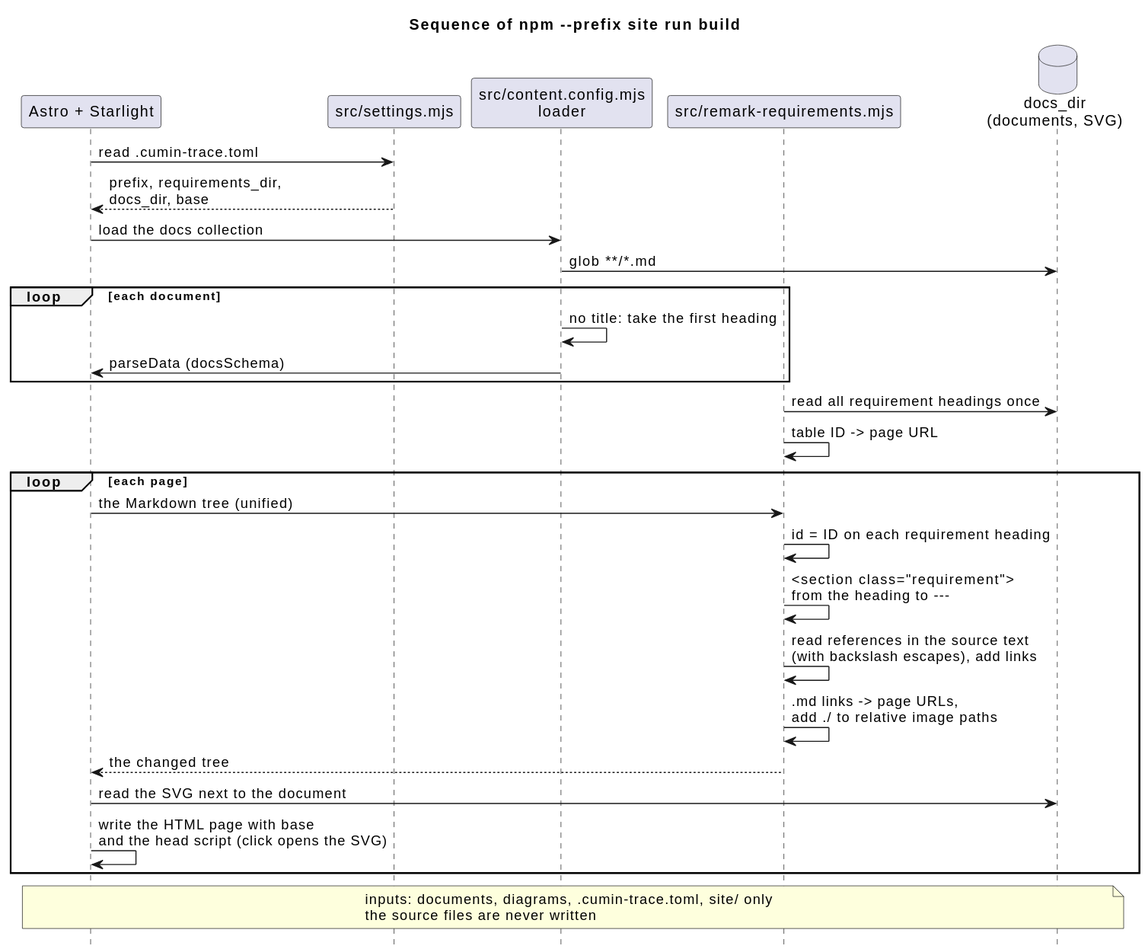
This is docs/ja/designs/site/site-sequence.svg from cloveclovedev/cumin-trace, a PlantUML export, as it was before one commit.
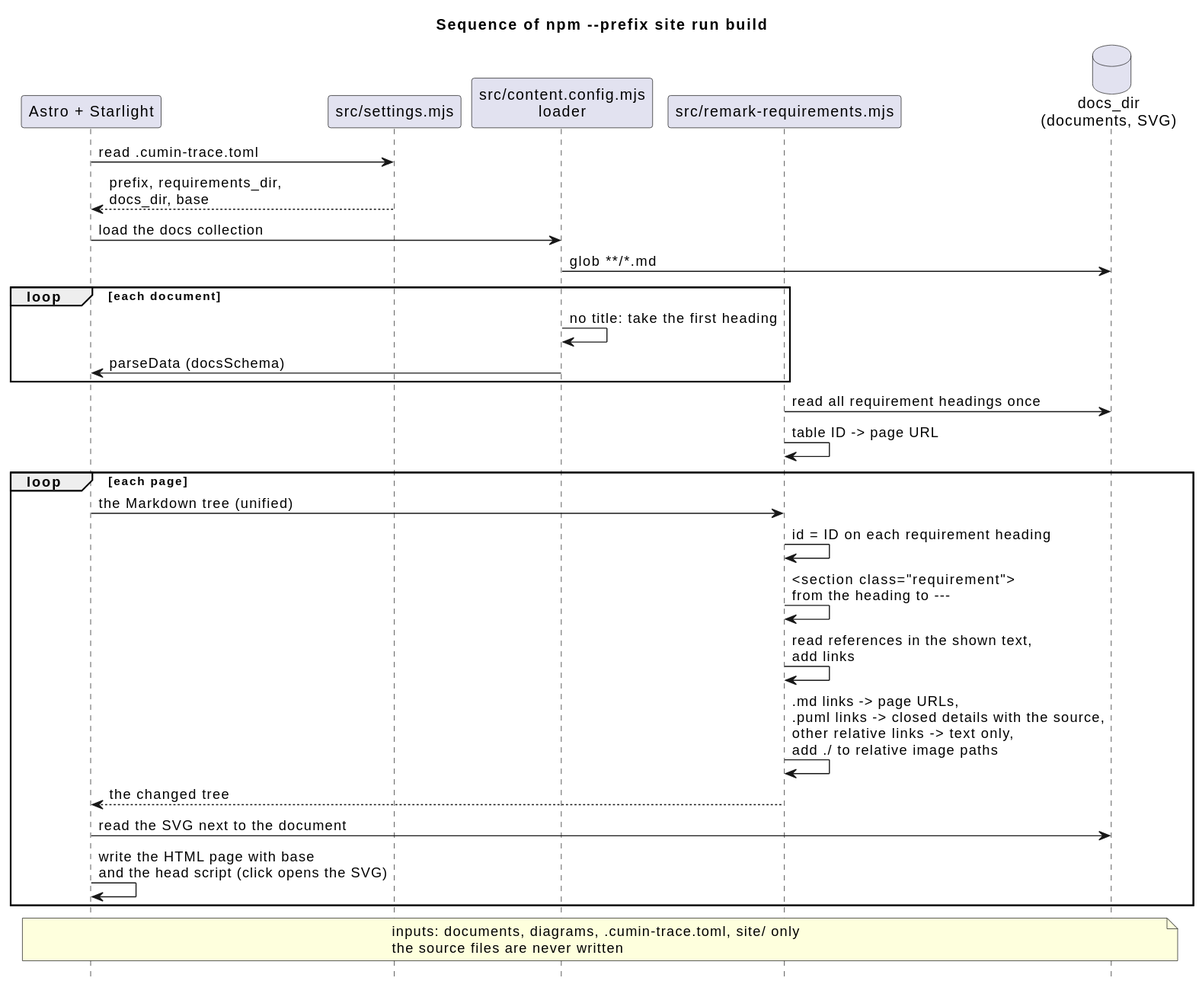
After the change.

Commit message:
docs(designs): read ID references on the shown text and follow CTR-SITE-010

Change to the diagram source:
```diff
@@ -23,8 +23,8 @@
   astro -> remark : the Markdown tree (unified)
   remark -> remark : id = ID on each requirement heading
   remark -> remark : <section class="requirement">\nfrom the heading to ---
-  remark -> remark : read references in the source text\n(with backslash escapes), add links
-  remark -> remark : .md links -> page URLs,\nadd ./ to relative image paths
+  remark -> remark : read references in the shown text,\nadd links
+  remark -> remark : .md links -> page URLs,\n.puml links -> closed details with the source,\nother relative links -> text only,\nadd ./ to relative image paths
   remark --> astro : the changed tree
   astro -> docs : read the SVG next to the document
   astro -> astro : write the HTML page with base\nand the head script (click opens the SVG)
```
